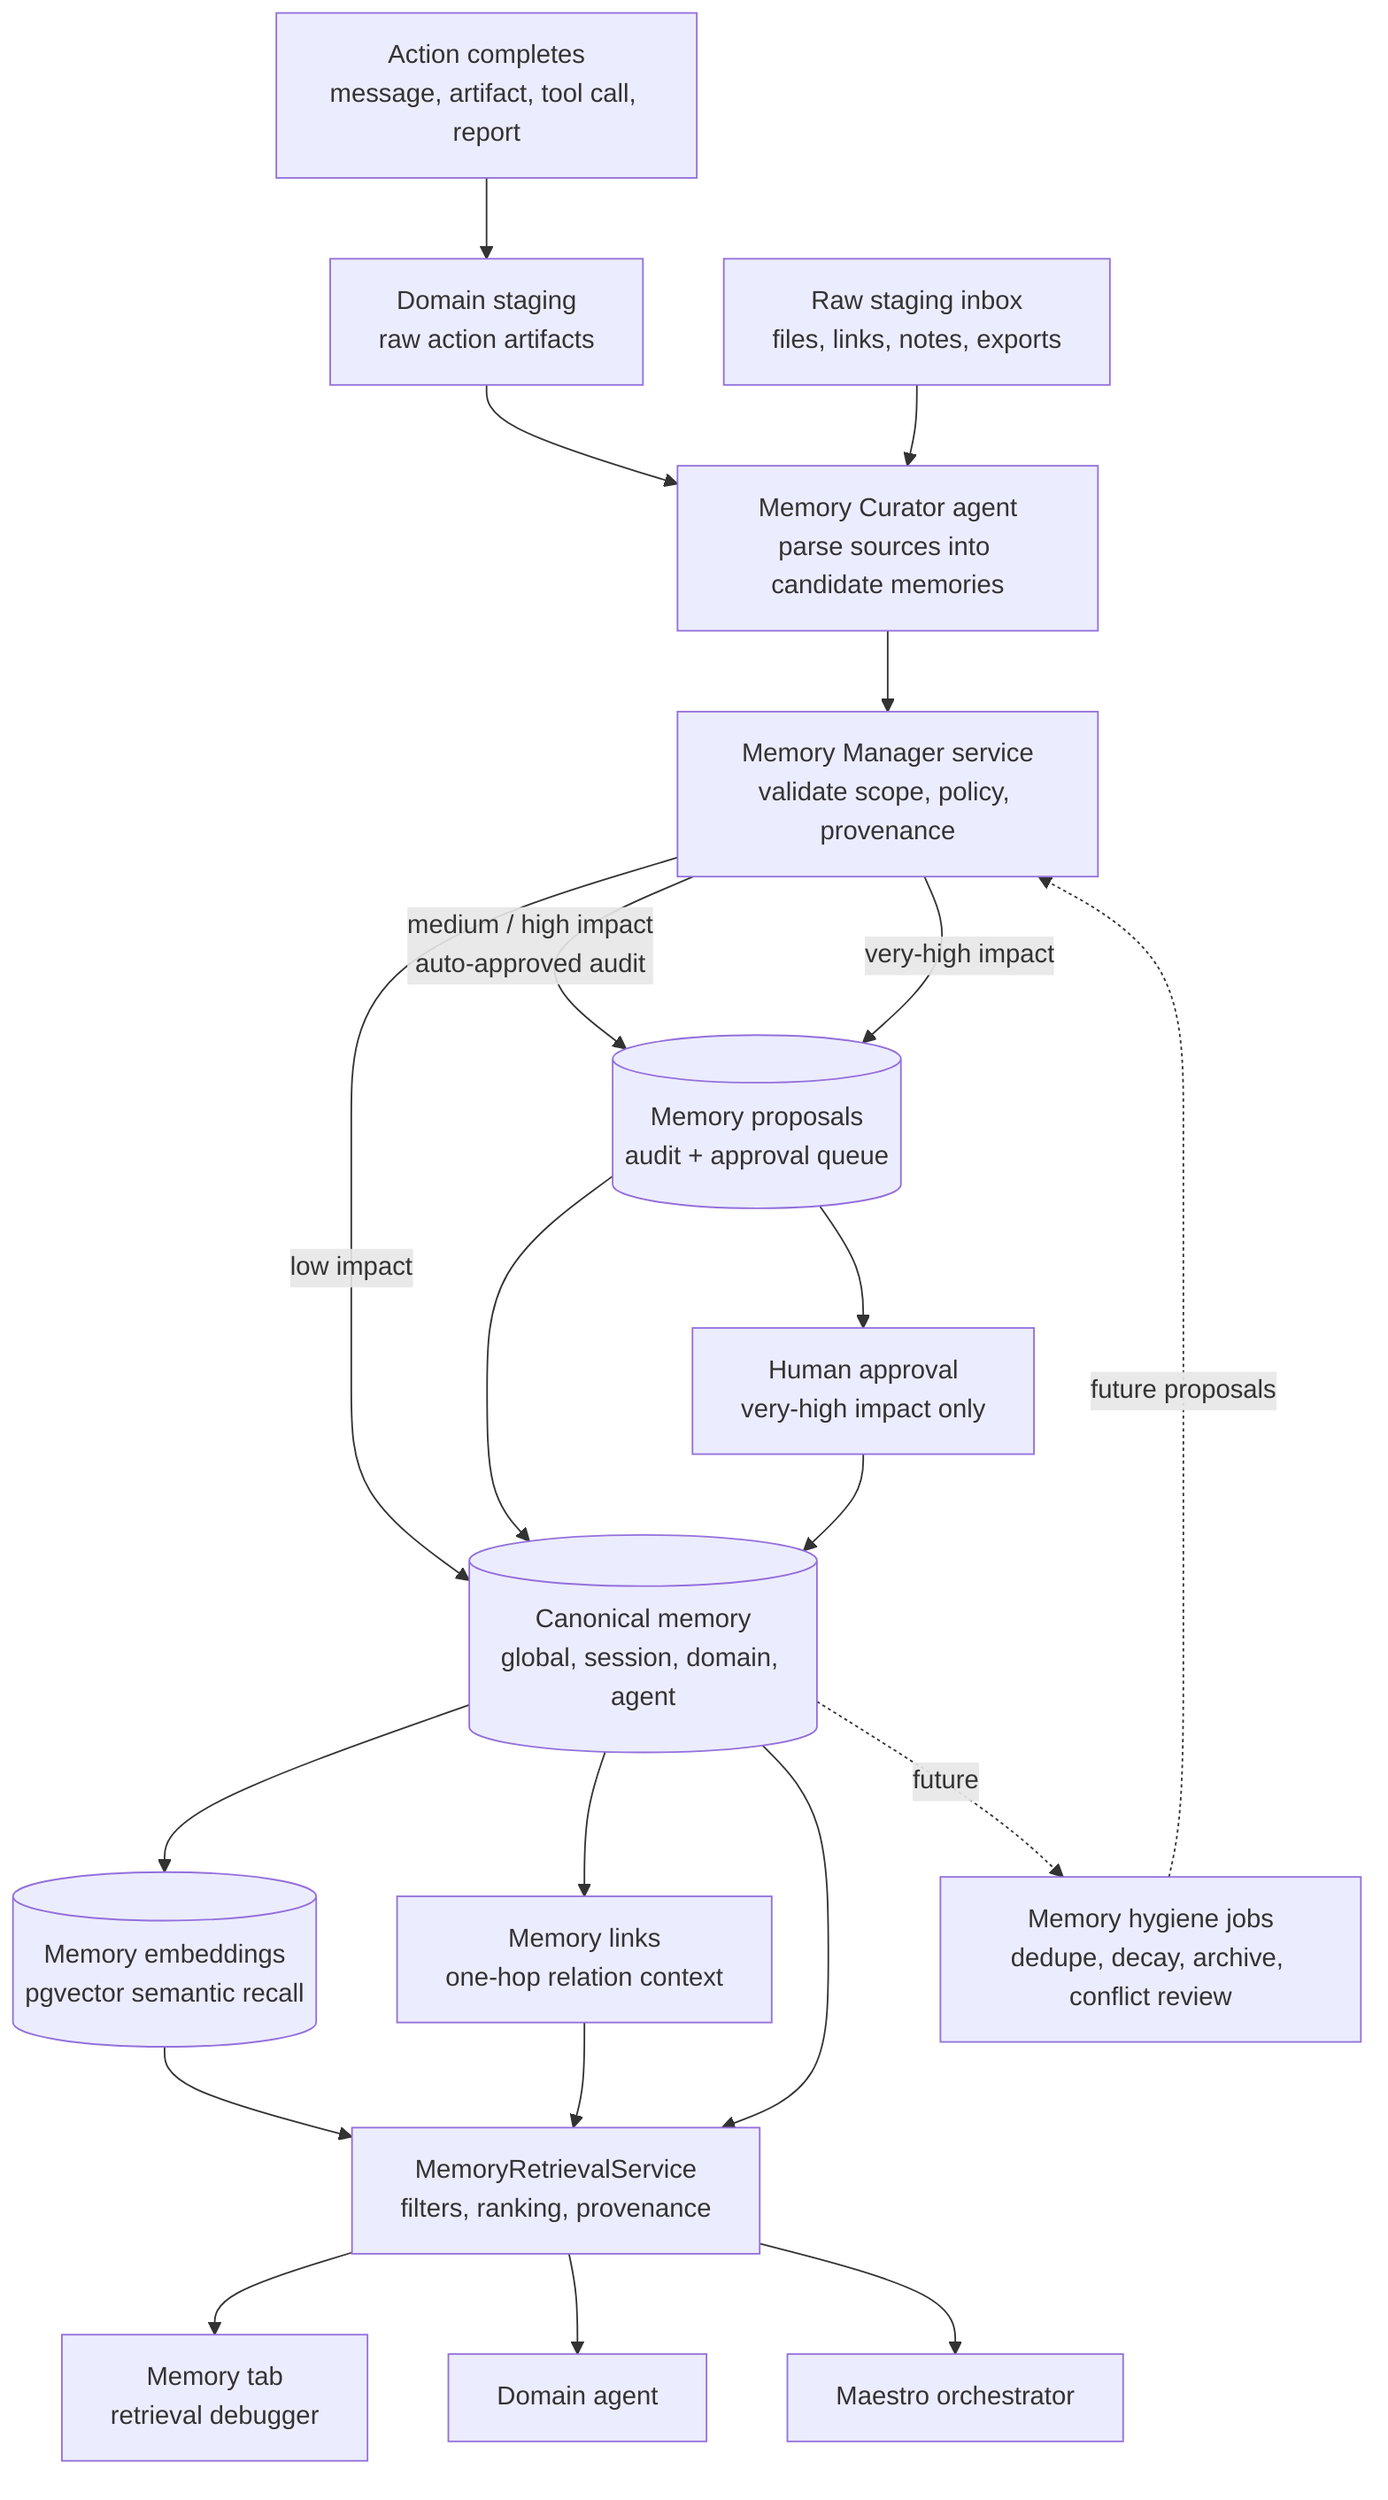
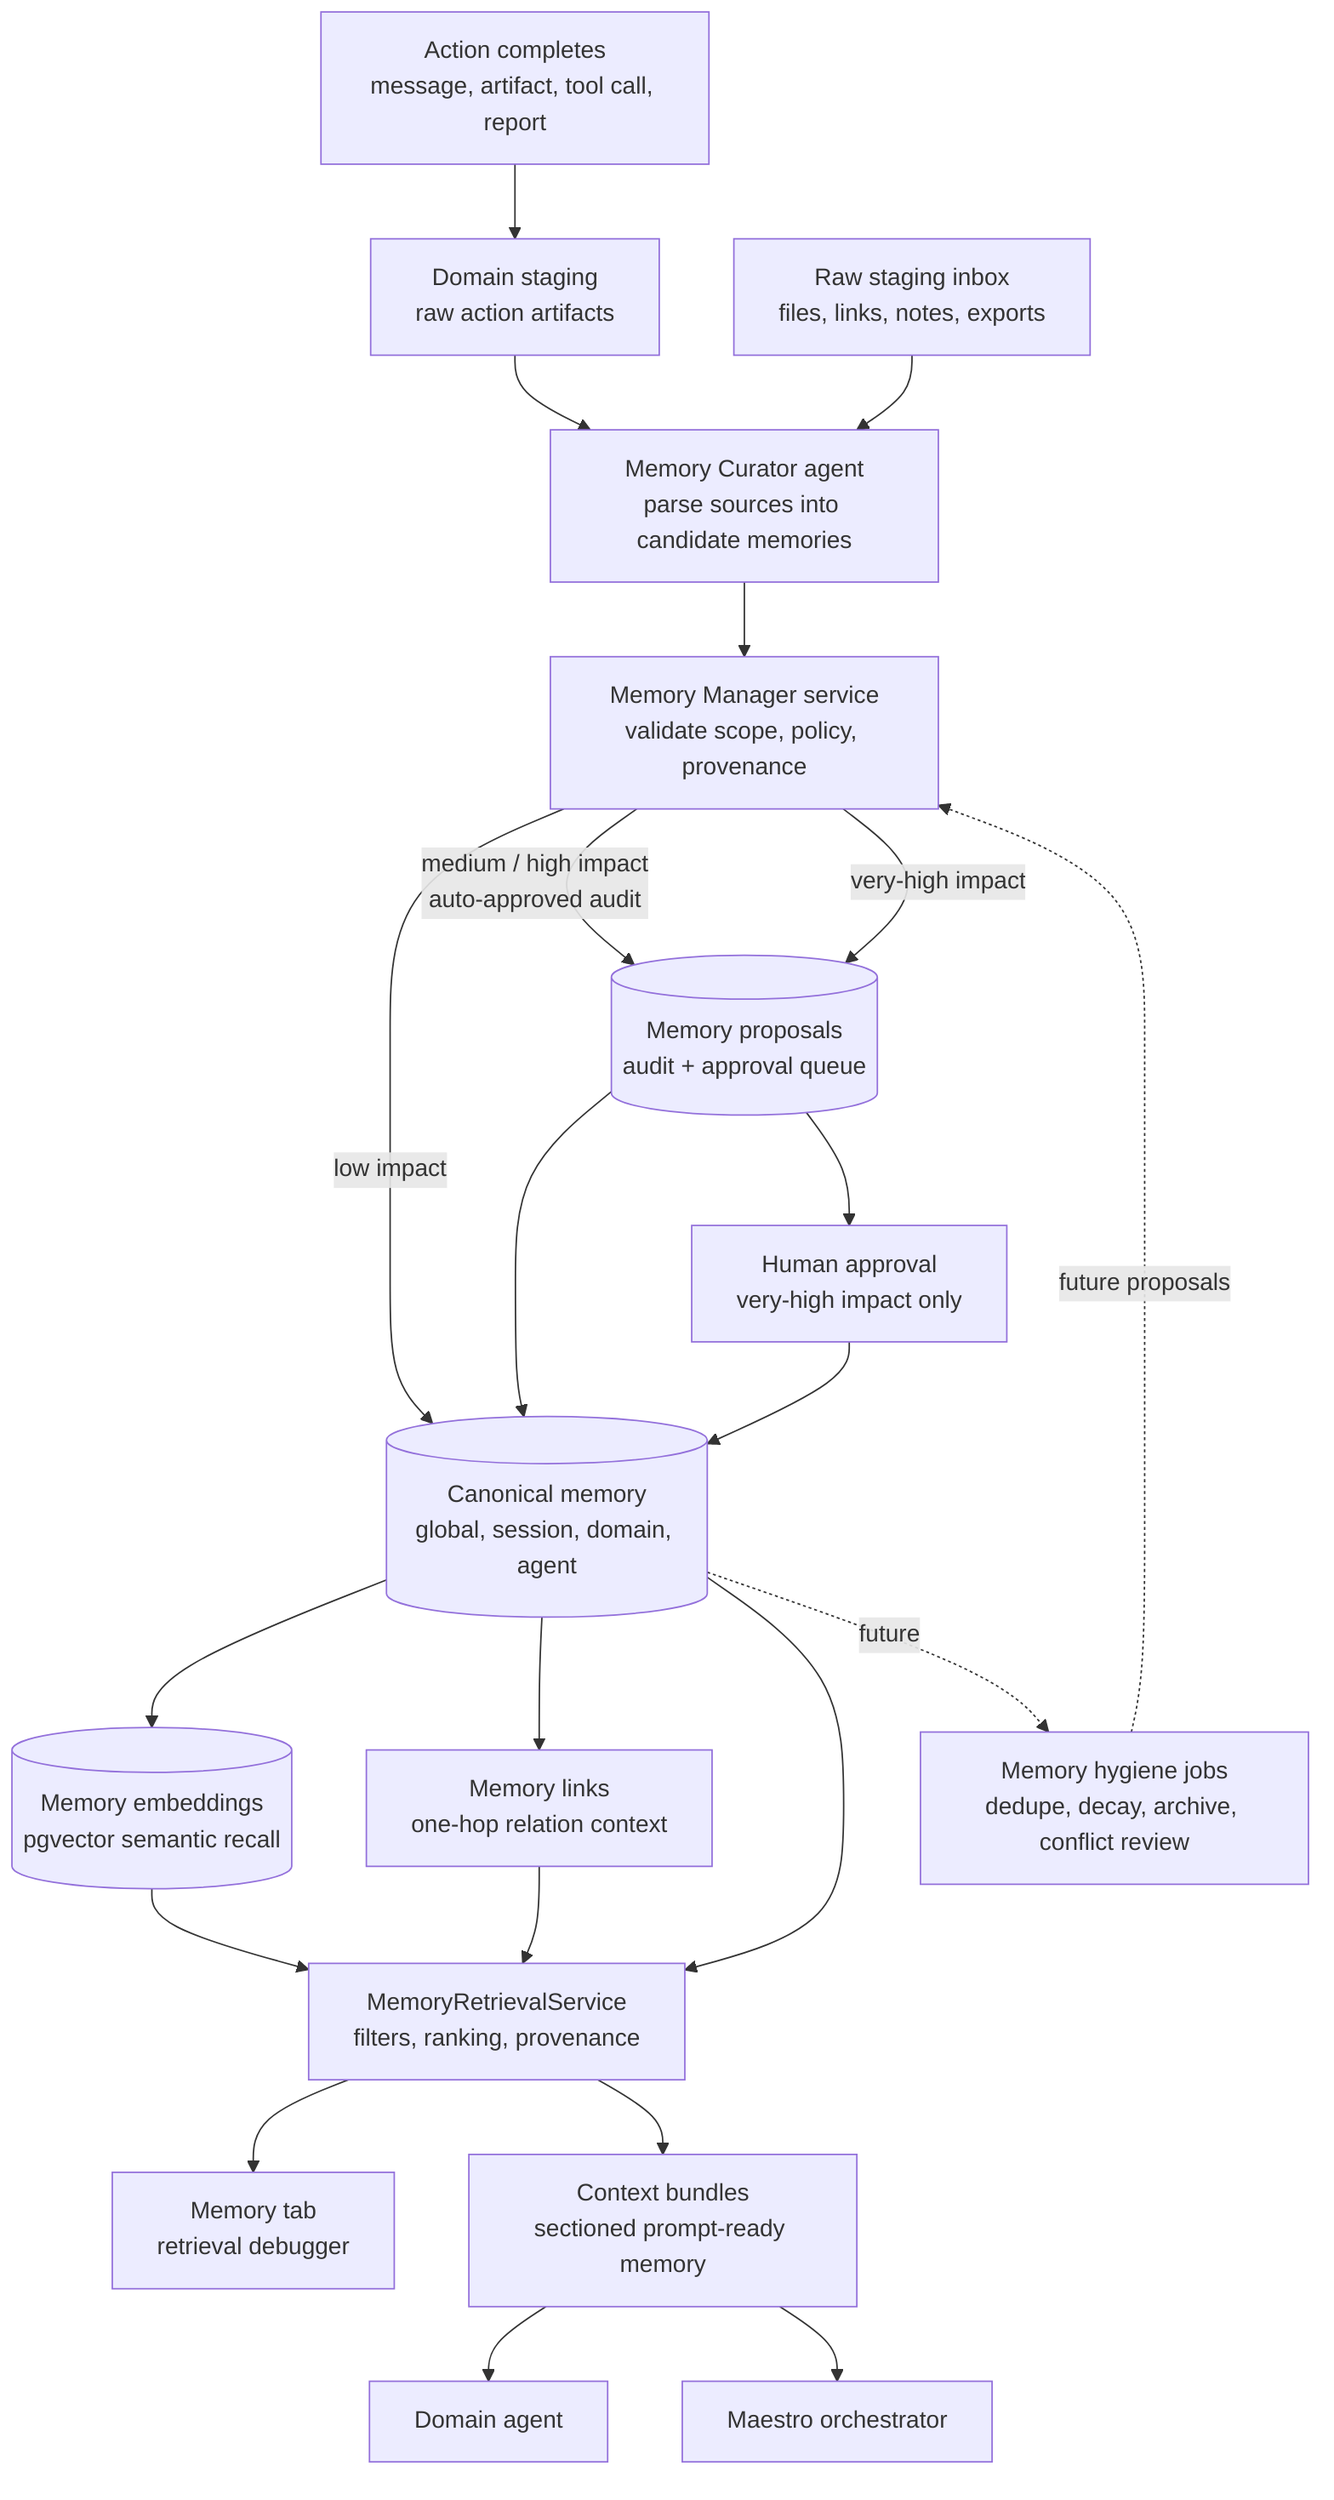
flowchart TD
    Action["Action completes<br/>message, artifact, tool call, report"]
    DomainStage["Domain staging<br/>raw action artifacts"]
    DumpStage["Raw staging inbox<br/>files, links, notes, exports"]
    Curator["Memory Curator agent<br/>parse sources into candidate memories"]
    Service["Memory Manager service<br/>validate scope, policy, provenance"]
    Canonical[("Canonical memory<br/>global, session, domain, agent")]
    Embeddings[("Memory embeddings<br/>pgvector semantic recall")]
    Proposal[("Memory proposals<br/>audit + approval queue")]
    Approval["Human approval<br/>very-high impact only"]
    Retrieval["MemoryRetrievalService<br/>filters, ranking, provenance"]
+     Bundle["Context bundles<br/>sectioned prompt-ready memory"]
    Links["Memory links<br/>one-hop relation context"]
    Debug["Memory tab<br/>retrieval debugger"]
    Agent["Domain agent"]
    Maestro["Maestro orchestrator"]
    Hygiene["Memory hygiene jobs<br/>dedupe, decay, archive, conflict review"]

    Action --> DomainStage
    DumpStage --> Curator
    DomainStage --> Curator
    Curator --> Service
    Service -->|"low impact"| Canonical
    Service -->|"medium / high impact<br/>auto-approved audit"| Proposal
    Proposal --> Canonical
    Service -->|"very-high impact"| Proposal
    Proposal --> Approval
    Approval --> Canonical
    Canonical --> Embeddings
    Canonical --> Links
    Embeddings --> Retrieval
    Links --> Retrieval
    Canonical --> Retrieval
    Retrieval --> Debug
-     Retrieval --> Agent
-     Retrieval --> Maestro
+     Retrieval --> Bundle
+     Bundle --> Agent
+     Bundle --> Maestro
    Canonical -. future .-> Hygiene
    Hygiene -. future proposals .-> Service
